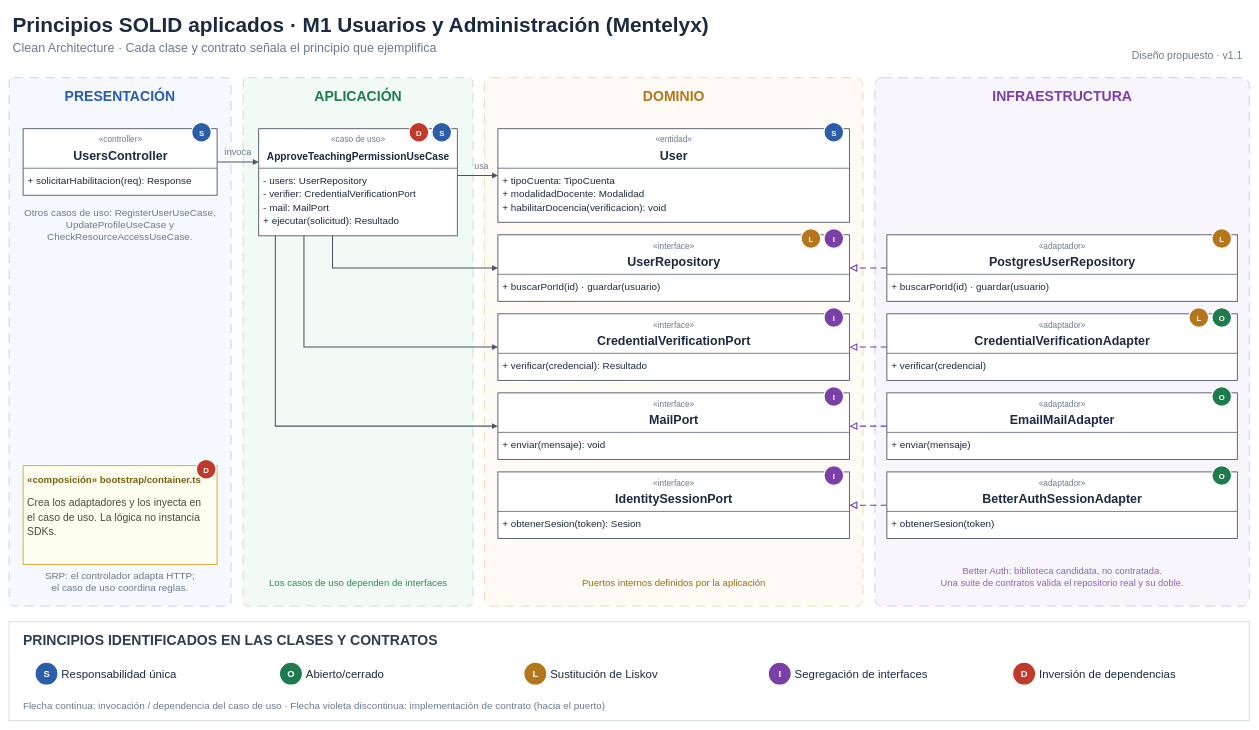
This is docs/img/fuente_drawio/principios-solid-m1.drawio from 100robert/Mentelyx, a draw.io file, before an edit. Source tidied: cells renumbered, new cells numbered last; positions are measured from the earlier drawing's top-left corner, leaving out a move shared by most shapes. Both pictures are drawn from the tidied source at 52%, with x=0, y=0 at pixel (9, 9).
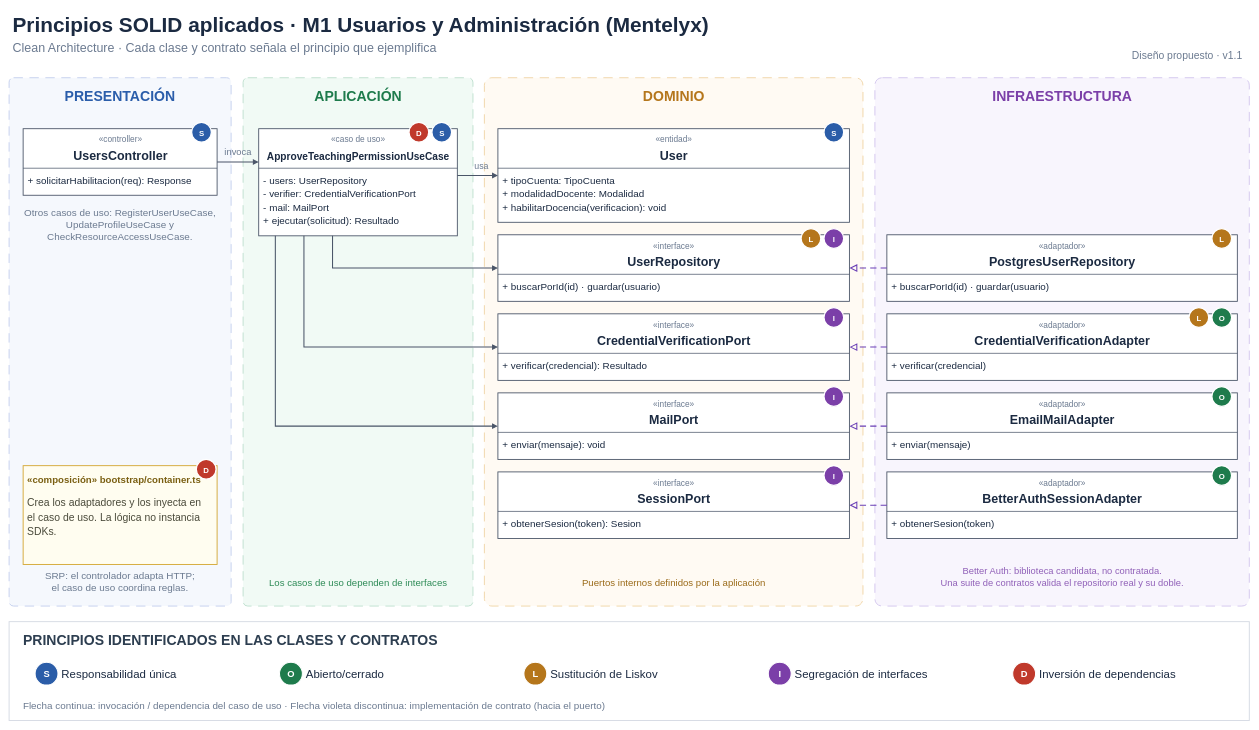
The same page after the edit.

The change refers to these unchanged cells:
```xml
<mxCell id="79" style="rounded=0;arcSize=2;whiteSpace=wrap;html=1;fillColor=#FFFFFF;strokeColor=#4A5568;strokeWidth=1.7;fontFamily=Arial;align=center;verticalAlign=middle;spacingLeft=0;spacingRight=0;spacingTop=0;spacingBottom=0;" parent="1" vertex="1">
  <mxGeometry x="940" y="890" width="676" height="128" as="geometry" />
</mxCell>
```

Diff of the diagram source:
```diff
@@
-    <mxCell id="81" value="IdentitySessionPort" style="text;html=1;strokeColor=none;fillColor=none;align=center;verticalAlign=middle;whiteSpace=nowrap;spacing=0;fontSize=24;fontStyle=1;fontColor=#1B2A41;fontFamily=Arial;" parent="79" vertex="1">
+    <mxCell id="81" value="SessionPort" style="text;html=1;strokeColor=none;fillColor=none;align=center;verticalAlign=middle;whiteSpace=nowrap;spacing=0;fontSize=24;fontStyle=1;fontColor=#1B2A41;fontFamily=Arial;" parent="79" vertex="1">
       <mxGeometry x="218.3" y="33.8" width="239.4" height="36" as="geometry" />
     </mxCell>
```
